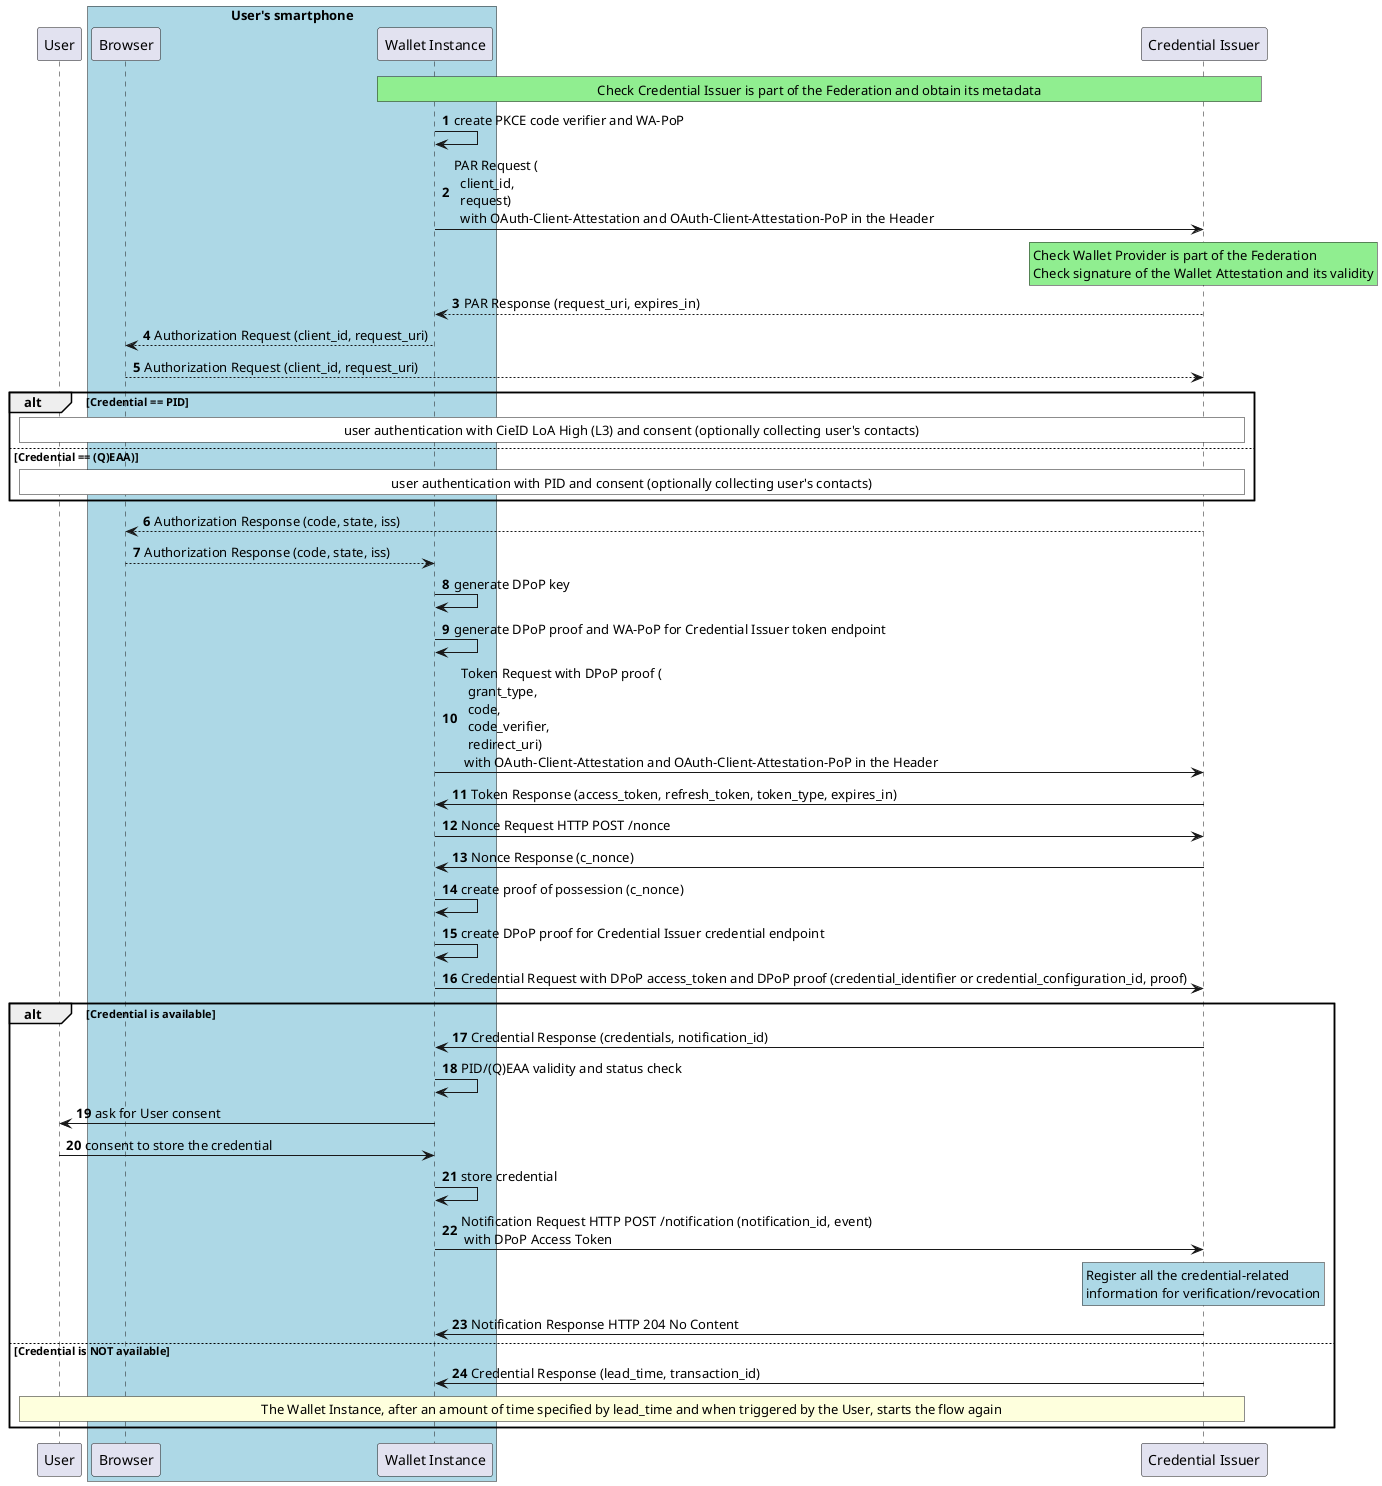
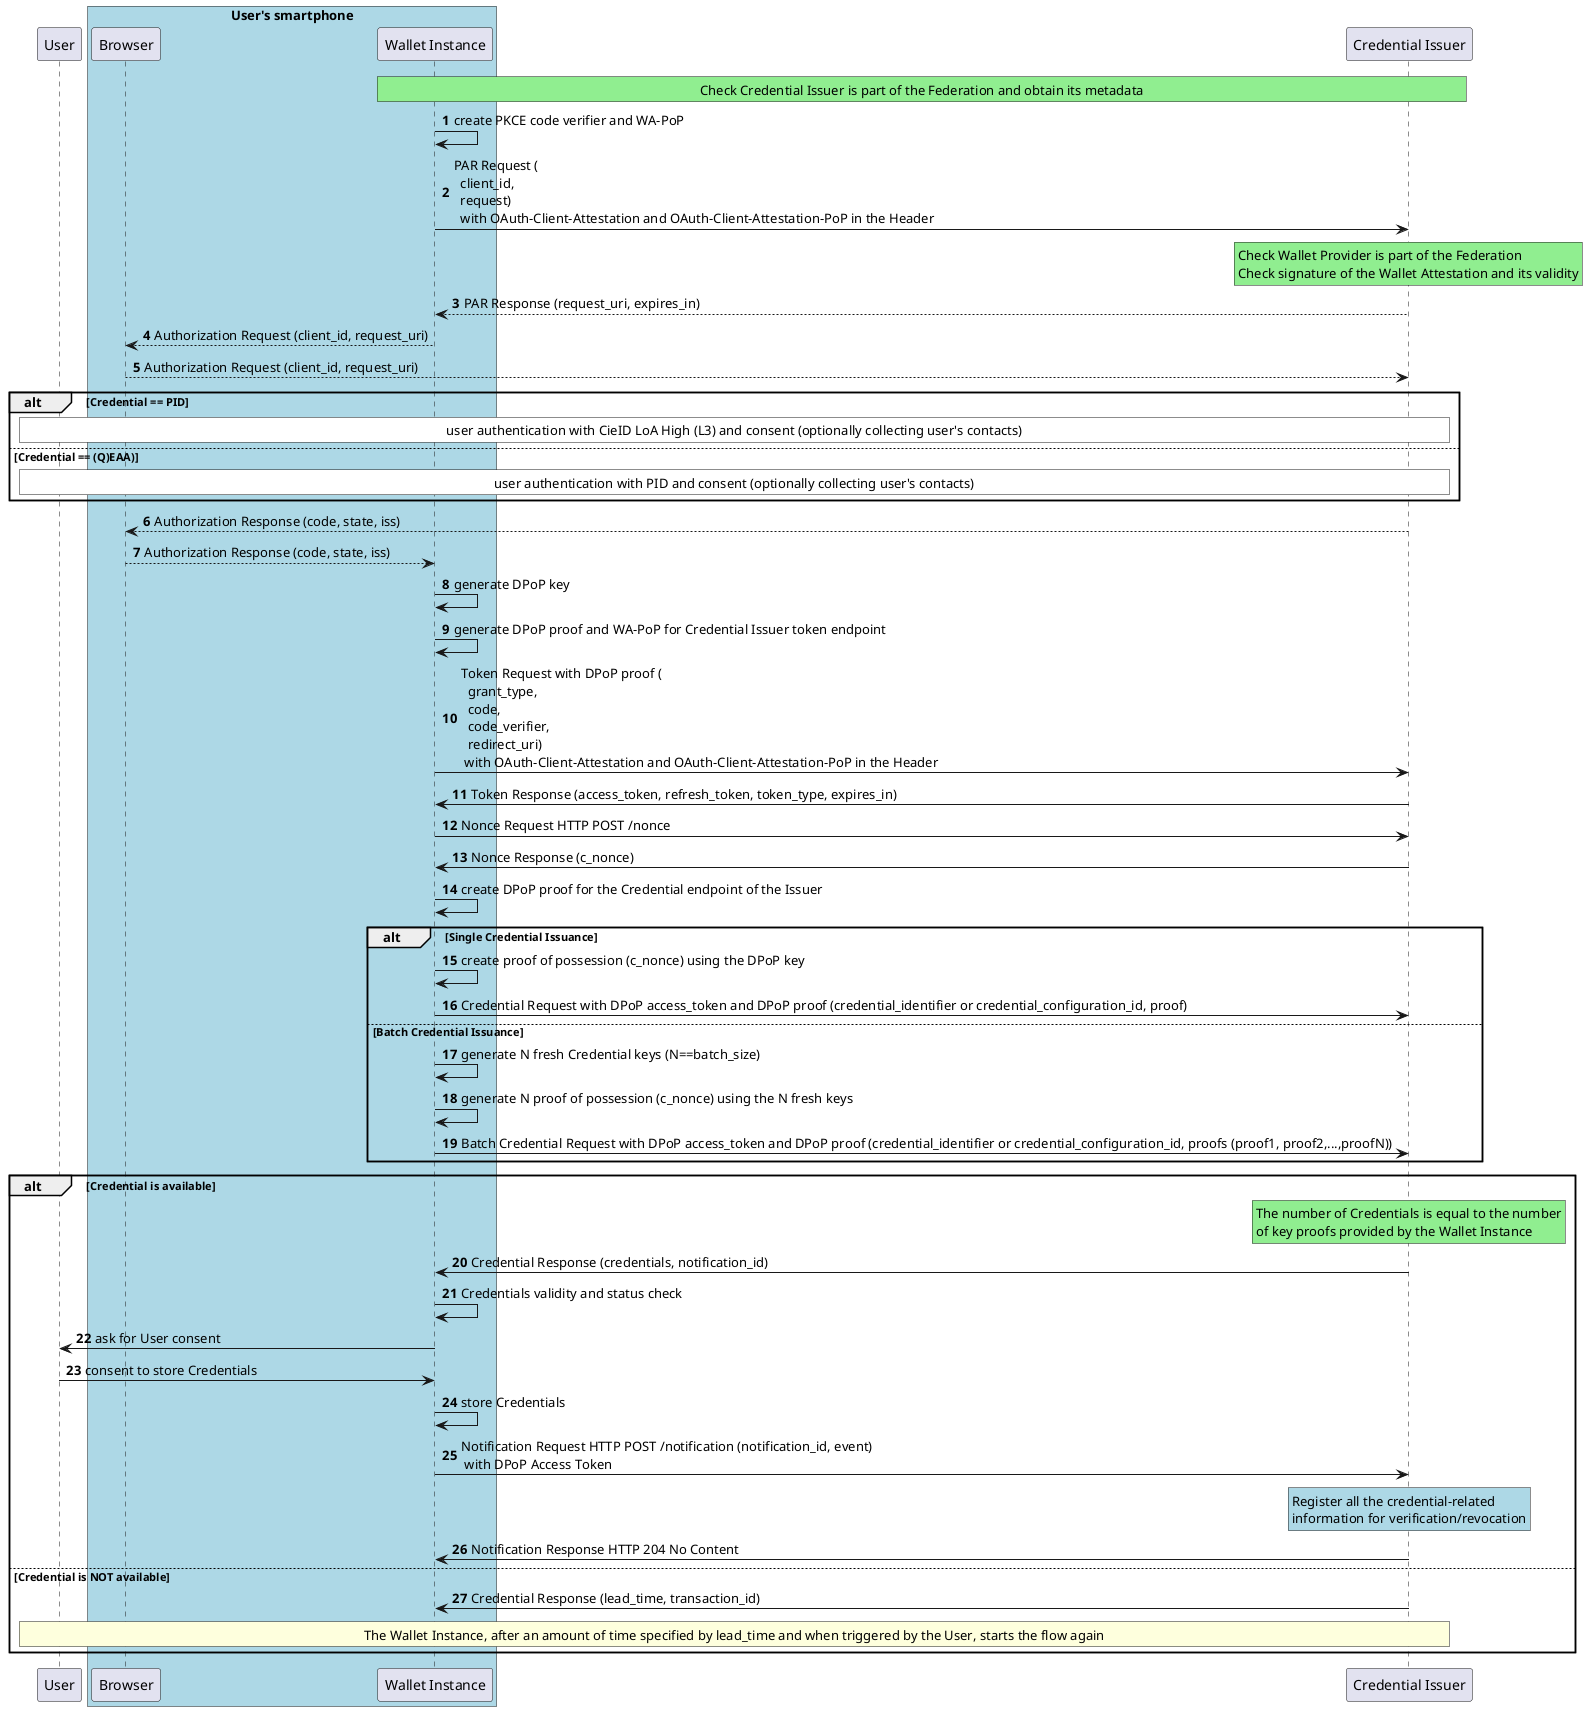
@startuml Credential Issuance Low-Level Flow
autonumber

participant "User" as u

box "User's smartphone" #LightBlue
participant "Browser" as ua
participant "Wallet Instance" as w
end box

participant "Credential Issuer" as i

+ 
+ 
rnote over w,i #LIGHTGREEN
Check Credential Issuer is part of the Federation and obtain its metadata
endrnote
+ 

w -> w : create PKCE code verifier and WA-PoP

w -> i : PAR Request (\n  client_id,\n  request) \n  with OAuth-Client-Attestation and OAuth-Client-Attestation-PoP in the Header
rnote over i #LIGHTGREEN
Check Wallet Provider is part of the Federation
Check signature of the Wallet Attestation and its validity
endrnote


i --> w : PAR Response (request_uri, expires_in)


w --> ua: Authorization Request (client_id, request_uri)
ua --> i: Authorization Request (client_id, request_uri)

alt Credential == PID
rnote over i,u #WHITE
user authentication with CieID LoA High (L3) and consent (optionally collecting user's contacts)
endrnote
else Credential == (Q)EAA)
rnote over i,u #WHITE
user authentication with PID and consent (optionally collecting user's contacts)
endrnote
end

i --> ua : Authorization Response (code, state, iss)
ua --> w : Authorization Response (code, state, iss)

w -> w : generate DPoP key

w -> w : generate DPoP proof and WA-PoP for Credential Issuer token endpoint


w -> i : Token Request with DPoP proof (\n  grant_type,\n  code,\n  code_verifier,\n  redirect_uri) \n with OAuth-Client-Attestation and OAuth-Client-Attestation-PoP in the Header

i -> w : Token Response (access_token, refresh_token, token_type, expires_in)

w -> i : Nonce Request HTTP POST /nonce

i -> w : Nonce Response (c_nonce)
+ w  -> w : create DPoP proof for the Credential endpoint of the Issuer

- w -> w : create proof of possession (c_nonce)
+ alt Single Credential Issuance

- w  -> w : create DPoP proof for Credential Issuer credential endpoint
+ w -> w : create proof of possession (c_nonce) using the DPoP key
+ w -> i : Credential Request with DPoP access_token and DPoP proof (credential_identifier or credential_configuration_id, proof)

- w -> i : Credential Request with DPoP access_token and DPoP proof (credential_identifier or credential_configuration_id, proof)
+ else Batch Credential Issuance
+ 
+ w -> w : generate N fresh Credential keys (N==batch_size)
+ w -> w : generate N proof of possession (c_nonce) using the N fresh keys
+ w -> i : Batch Credential Request with DPoP access_token and DPoP proof (credential_identifier or credential_configuration_id, proofs (proof1, proof2,...,proofN))
+ 
+ end

alt Credential is available

+ rnote over i #LIGHTGREEN
+ The number of Credentials is equal to the number
+ of key proofs provided by the Wallet Instance
+ endrnote

i -> w : Credential Response (credentials, notification_id)

- w -> w : PID/(Q)EAA validity and status check
+ w -> w : Credentials validity and status check

w -> u : ask for User consent
- u -> w : consent to store the credential
+ u -> w : consent to store Credentials

- w -> w : store credential
+ w -> w : store Credentials

w -> i : Notification Request HTTP POST /notification (notification_id, event) \n with DPoP Access Token

rnote over i #LIGHTBLUE
Register all the credential-related
information for verification/revocation
endrnote

i -> w : Notification Response HTTP 204 No Content

else Credential is NOT available
i -> w : Credential Response (lead_time, transaction_id)
rnote over u,i
The Wallet Instance, after an amount of time specified by lead_time and when triggered by the User, starts the flow again
endrnote
end
@enduml